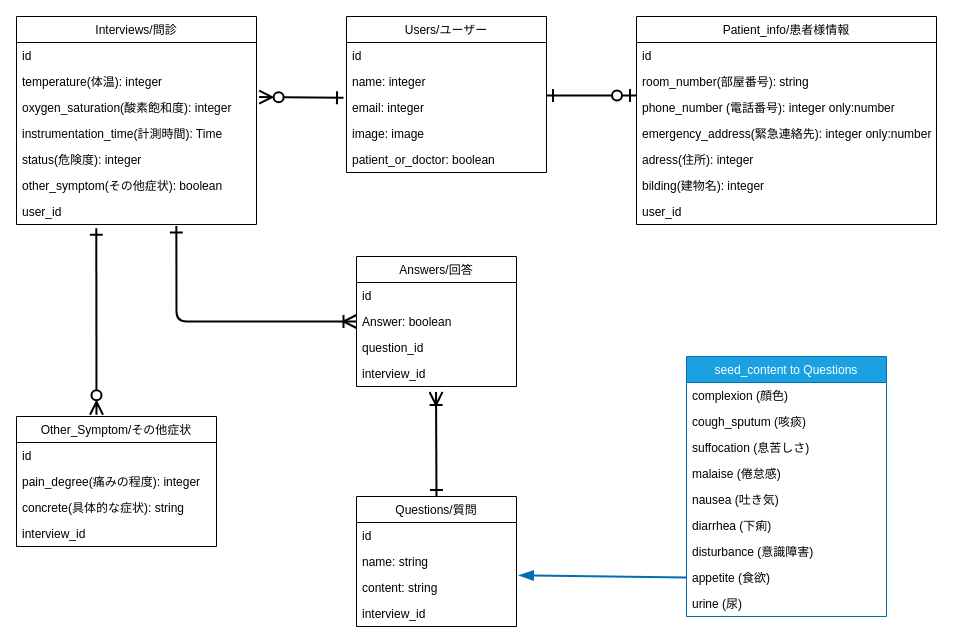
wakametarou/COVID-MGR keeps this draw.io diagram as README参考資料/er図.drawio. Above is the earlier version. Source tidied: cells renumbered, new cells numbered last; positions are measured from the earlier drawing's top-left corner, leaving out a move shared by most shapes. Both pictures are drawn from the tidied source at 100%, with x=0, y=0 at pixel (16, 16).
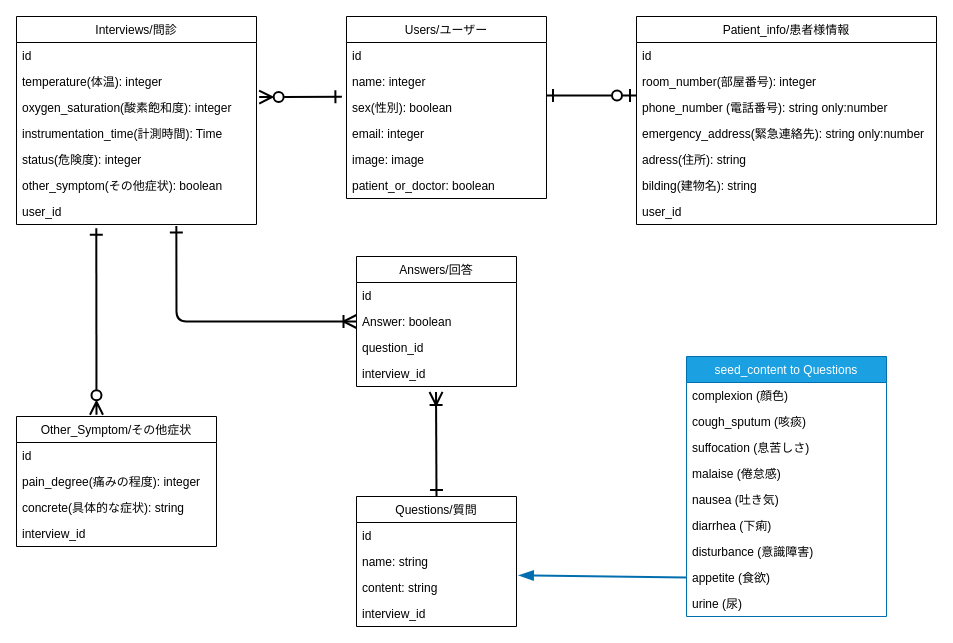
After the change.

The change refers to these unchanged cells:
```xml
<mxCell id="5" value="oxygen_saturation(酸素飽和度): integer" style="text;strokeColor=none;fillColor=none;align=left;verticalAlign=top;spacingLeft=4;spacingRight=4;overflow=hidden;points=[[0,0.5],[1,0.5]];portConstraint=eastwest;" parent="2" vertex="1">
  <mxGeometry y="78" width="240" height="26" as="geometry" />
</mxCell>
<mxCell id="17" value="Patient_info/患者様情報" style="swimlane;fontStyle=0;horizontal=1;startSize=26;" parent="1" vertex="1">
  <mxGeometry x="620" width="300" height="208" as="geometry" />
</mxCell>
```

What changed in the source:
```diff
@@
     <mxCell id="11" value="Users/ユーザー" style="swimlane;fontStyle=0;horizontal=1;startSize=26;" parent="1" vertex="1">
-      <mxGeometry x="330" width="200" height="156" as="geometry" />
+      <mxGeometry x="330" width="200" height="182" as="geometry" />
     </mxCell>
@@
+    <mxCell id="55" value="sex(性別): boolean" style="text;strokeColor=none;fillColor=none;align=left;verticalAlign=top;spacingLeft=4;spacingRight=4;overflow=hidden;points=[[0,0.5],[1,0.5]];portConstraint=eastwest;" parent="11" vertex="1">
+      <mxGeometry y="78" width="200" height="26" as="geometry" />
+    </mxCell>
     <mxCell id="14" value="email: integer" style="text;strokeColor=none;fillColor=none;align=left;verticalAlign=top;spacingLeft=4;spacingRight=4;overflow=hidden;points=[[0,0.5],[1,0.5]];portConstraint=eastwest;" parent="11" vertex="1">
-      <mxGeometry y="78" width="200" height="26" as="geometry" />
+      <mxGeometry y="104" width="200" height="26" as="geometry" />
     </mxCell>
     <mxCell id="15" value="image: image" style="text;strokeColor=none;fillColor=none;align=left;verticalAlign=top;spacingLeft=4;spacingRight=4;overflow=hidden;" parent="11" vertex="1">
-      <mxGeometry y="104" width="200" height="26" as="geometry" />
+      <mxGeometry y="130" width="200" height="26" as="geometry" />
     </mxCell>
     <mxCell id="16" value="patient_or_doctor: boolean" style="text;strokeColor=none;fillColor=none;align=left;verticalAlign=top;spacingLeft=4;spacingRight=4;overflow=hidden;" parent="11" vertex="1">
-      <mxGeometry y="130" width="200" height="26" as="geometry" />
+      <mxGeometry y="156" width="200" height="26" as="geometry" />
     </mxCell>
@@
-    <mxCell id="19" value="room_number(部屋番号): string" style="text;strokeColor=none;fillColor=none;align=left;verticalAlign=top;spacingLeft=4;spacingRight=4;overflow=hidden;" parent="17" vertex="1">
+    <mxCell id="19" value="room_number(部屋番号): integer" style="text;strokeColor=none;fillColor=none;align=left;verticalAlign=top;spacingLeft=4;spacingRight=4;overflow=hidden;" parent="17" vertex="1">
       <mxGeometry y="52" width="300" height="26" as="geometry" />
     </mxCell>
-    <mxCell id="20" value="phone_number (電話番号): integer only:number" style="text;strokeColor=none;fillColor=none;align=left;verticalAlign=top;spacingLeft=4;spacingRight=4;overflow=hidden;fontSize=12;" parent="17" vertex="1">
+    <mxCell id="20" value="phone_number (電話番号): string only:number" style="text;strokeColor=none;fillColor=none;align=left;verticalAlign=top;spacingLeft=4;spacingRight=4;overflow=hidden;fontSize=12;" parent="17" vertex="1">
       <mxGeometry y="78" width="300" height="26" as="geometry" />
     </mxCell>
-    <mxCell id="21" value="emergency_address(緊急連絡先): integer only:number" style="text;strokeColor=none;fillColor=none;align=left;verticalAlign=top;spacingLeft=4;spacingRight=4;overflow=hidden;" parent="17" vertex="1">
+    <mxCell id="21" value="emergency_address(緊急連絡先): string only:number" style="text;strokeColor=none;fillColor=none;align=left;verticalAlign=top;spacingLeft=4;spacingRight=4;overflow=hidden;" parent="17" vertex="1">
       <mxGeometry y="104" width="300" height="26" as="geometry" />
     </mxCell>
-    <mxCell id="22" value="adress(住所): integer" style="text;strokeColor=none;fillColor=none;align=left;verticalAlign=top;spacingLeft=4;spacingRight=4;overflow=hidden;" parent="17" vertex="1">
+    <mxCell id="22" value="adress(住所): string" style="text;strokeColor=none;fillColor=none;align=left;verticalAlign=top;spacingLeft=4;spacingRight=4;overflow=hidden;" parent="17" vertex="1">
       <mxGeometry y="130" width="300" height="26" as="geometry" />
     </mxCell>
-    <mxCell id="23" value="bilding(建物名): integer" style="text;strokeColor=none;fillColor=none;align=left;verticalAlign=top;spacingLeft=4;spacingRight=4;overflow=hidden;" parent="17" vertex="1">
+    <mxCell id="23" value="bilding(建物名): string" style="text;strokeColor=none;fillColor=none;align=left;verticalAlign=top;spacingLeft=4;spacingRight=4;overflow=hidden;" parent="17" vertex="1">
       <mxGeometry y="156" width="300" height="26" as="geometry" />
     </mxCell>
@@
-    <mxCell id="30" style="edgeStyle=none;html=1;endArrow=ERzeroToMany;endFill=0;strokeWidth=2;startArrow=ERone;startFill=0;targetPerimeterSpacing=0;rounded=1;sourcePerimeterSpacing=0;endSize=10;startSize=10;entryX=1.011;entryY=0.099;entryDx=0;entryDy=0;entryPerimeter=0;exitX=-0.015;exitY=0.129;exitDx=0;exitDy=0;exitPerimeter=0;" parent="1" edge="1" source="14" target="5">
+    <mxCell id="30" style="edgeStyle=none;html=1;endArrow=ERzeroToMany;endFill=0;strokeWidth=2;startArrow=ERone;startFill=0;targetPerimeterSpacing=0;rounded=1;sourcePerimeterSpacing=0;endSize=10;startSize=10;entryX=1.011;entryY=0.099;entryDx=0;entryDy=0;entryPerimeter=0;exitX=-0.023;exitY=0.083;exitDx=0;exitDy=0;exitPerimeter=0;" parent="1" edge="1" source="55" target="5">
       <mxGeometry relative="1" as="geometry" />
     </mxCell>
```
